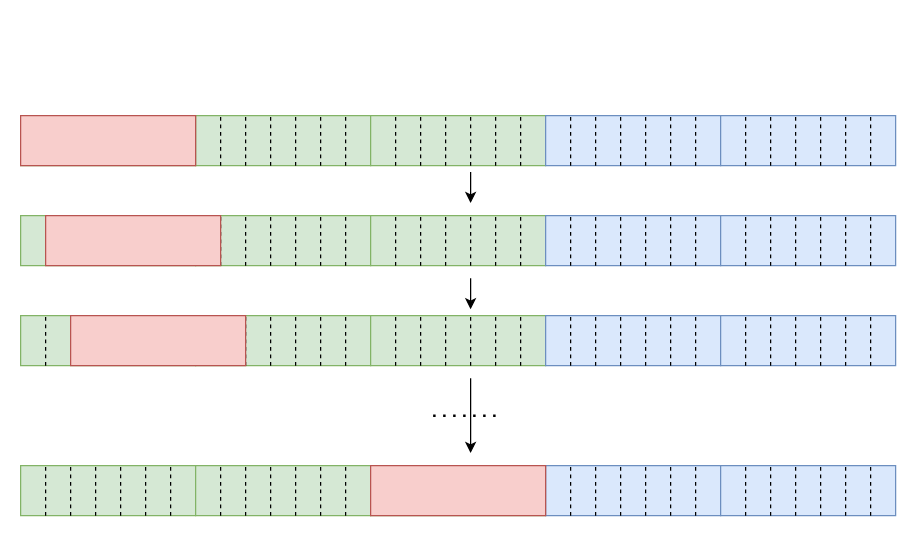
zjtone/RL-Note keeps this draw.io diagram as blockchain-mind.drawio. Above is the earlier version. Source tidied: cells renumbered, new cells numbered last; positions are measured from the earlier drawing's top-left corner, leaving out a move shared by most shapes. Both pictures are drawn from the tidied source at 125%, with x=0, y=0 at pixel (20, 115).
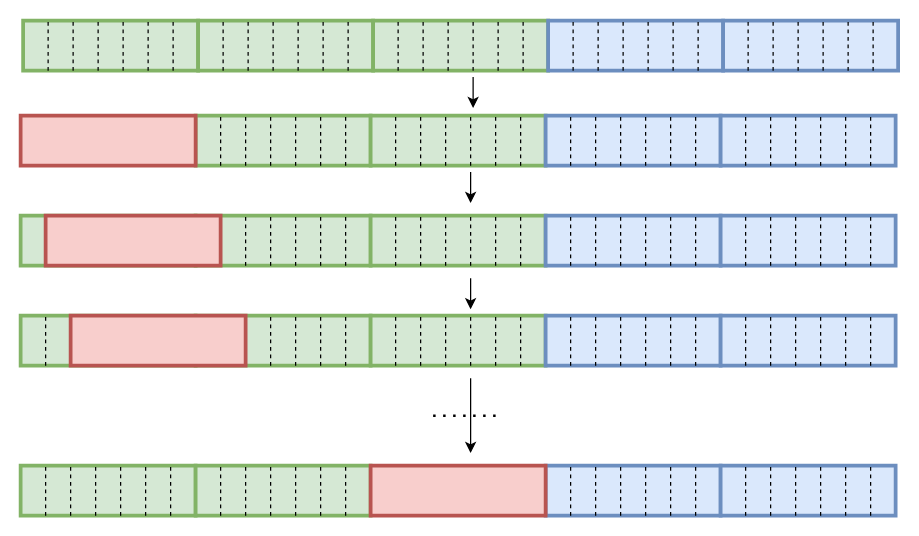
The same diagram, later.

The edit, as a diff of the source:
```diff
@@
-    <mxCell id="3" style="rounded=0;whiteSpace=wrap;html=1;fillColor=#d5e8d4;strokeColor=#82b366;" parent="1" vertex="1">
+    <mxCell id="3" style="rounded=0;whiteSpace=wrap;html=1;fillColor=#d5e8d4;strokeColor=#82b366;strokeWidth=3;" parent="1" vertex="1">
       <mxGeometry x="140" width="140" height="40" as="geometry" />
     </mxCell>
-    <mxCell id="4" style="rounded=0;whiteSpace=wrap;html=1;fillColor=#d5e8d4;strokeColor=#82b366;" parent="1" vertex="1">
+    <mxCell id="4" style="rounded=0;whiteSpace=wrap;html=1;fillColor=#d5e8d4;strokeColor=#82b366;strokeWidth=3;" parent="1" vertex="1">
       <mxGeometry x="280" width="140" height="40" as="geometry" />
     </mxCell>
-    <mxCell id="5" style="rounded=0;whiteSpace=wrap;html=1;fillColor=#dae8fc;strokeColor=#6c8ebf;" parent="1" vertex="1">
+    <mxCell id="5" style="rounded=0;whiteSpace=wrap;html=1;fillColor=#dae8fc;strokeColor=#6c8ebf;strokeWidth=3;" parent="1" vertex="1">
       <mxGeometry x="420" width="140" height="40" as="geometry" />
     </mxCell>
-    <mxCell id="6" style="rounded=0;whiteSpace=wrap;html=1;fillColor=#dae8fc;strokeColor=#6c8ebf;" parent="1" vertex="1">
+    <mxCell id="6" style="rounded=0;whiteSpace=wrap;html=1;fillColor=#dae8fc;strokeColor=#6c8ebf;strokeWidth=3;" parent="1" vertex="1">
       <mxGeometry x="560" width="140" height="40" as="geometry" />
     </mxCell>
@@
-    <mxCell id="37" style="rounded=0;whiteSpace=wrap;html=1;fillColor=#f8cecc;strokeColor=#b85450;" parent="1" vertex="1">
+    <mxCell id="37" style="rounded=0;whiteSpace=wrap;html=1;fillColor=#f8cecc;strokeColor=#b85450;strokeWidth=3;" parent="1" vertex="1">
       <mxGeometry width="140" height="40" as="geometry" />
     </mxCell>
-    <mxCell id="38" style="rounded=0;whiteSpace=wrap;html=1;fillColor=#d5e8d4;strokeColor=#82b366;" parent="1" vertex="1">
+    <mxCell id="38" style="rounded=0;whiteSpace=wrap;html=1;fillColor=#d5e8d4;strokeColor=#82b366;strokeWidth=3;" parent="1" vertex="1">
       <mxGeometry y="80" width="140" height="40" as="geometry" />
     </mxCell>
-    <mxCell id="39" style="rounded=0;whiteSpace=wrap;html=1;fillColor=#d5e8d4;strokeColor=#82b366;" parent="1" vertex="1">
+    <mxCell id="39" style="rounded=0;whiteSpace=wrap;html=1;fillColor=#d5e8d4;strokeColor=#82b366;strokeWidth=3;" parent="1" vertex="1">
       <mxGeometry x="140" y="80" width="140" height="40" as="geometry" />
     </mxCell>
-    <mxCell id="40" style="rounded=0;whiteSpace=wrap;html=1;fillColor=#d5e8d4;strokeColor=#82b366;" parent="1" vertex="1">
+    <mxCell id="40" style="rounded=0;whiteSpace=wrap;html=1;fillColor=#d5e8d4;strokeColor=#82b366;strokeWidth=3;" parent="1" vertex="1">
       <mxGeometry x="280" y="80" width="140" height="40" as="geometry" />
     </mxCell>
-    <mxCell id="41" style="rounded=0;whiteSpace=wrap;html=1;fillColor=#dae8fc;strokeColor=#6c8ebf;" parent="1" vertex="1">
+    <mxCell id="41" style="rounded=0;whiteSpace=wrap;html=1;fillColor=#dae8fc;strokeColor=#6c8ebf;strokeWidth=3;" parent="1" vertex="1">
       <mxGeometry x="420" y="80" width="140" height="40" as="geometry" />
     </mxCell>
-    <mxCell id="42" style="rounded=0;whiteSpace=wrap;html=1;fillColor=#dae8fc;strokeColor=#6c8ebf;" parent="1" vertex="1">
+    <mxCell id="42" style="rounded=0;whiteSpace=wrap;html=1;fillColor=#dae8fc;strokeColor=#6c8ebf;strokeWidth=3;" parent="1" vertex="1">
       <mxGeometry x="560" y="80" width="140" height="40" as="geometry" />
     </mxCell>
@@
-    <mxCell id="73" style="rounded=0;whiteSpace=wrap;html=1;fillColor=#f8cecc;strokeColor=#b85450;" parent="1" vertex="1">
+    <mxCell id="73" style="rounded=0;whiteSpace=wrap;html=1;fillColor=#f8cecc;strokeColor=#b85450;strokeWidth=3;" parent="1" vertex="1">
       <mxGeometry x="20" y="80" width="140" height="40" as="geometry" />
     </mxCell>
-    <mxCell id="74" style="rounded=0;whiteSpace=wrap;html=1;fillColor=#d5e8d4;strokeColor=#82b366;" parent="1" vertex="1">
+    <mxCell id="74" style="rounded=0;whiteSpace=wrap;html=1;fillColor=#d5e8d4;strokeColor=#82b366;strokeWidth=3;" parent="1" vertex="1">
       <mxGeometry y="160" width="140" height="40" as="geometry" />
     </mxCell>
-    <mxCell id="75" style="rounded=0;whiteSpace=wrap;html=1;fillColor=#d5e8d4;strokeColor=#82b366;" parent="1" vertex="1">
+    <mxCell id="75" style="rounded=0;whiteSpace=wrap;html=1;fillColor=#d5e8d4;strokeColor=#82b366;strokeWidth=3;" parent="1" vertex="1">
       <mxGeometry x="140" y="160" width="140" height="40" as="geometry" />
     </mxCell>
-    <mxCell id="76" style="rounded=0;whiteSpace=wrap;html=1;fillColor=#d5e8d4;strokeColor=#82b366;" parent="1" vertex="1">
+    <mxCell id="76" style="rounded=0;whiteSpace=wrap;html=1;fillColor=#d5e8d4;strokeColor=#82b366;strokeWidth=3;" parent="1" vertex="1">
       <mxGeometry x="280" y="160" width="140" height="40" as="geometry" />
     </mxCell>
-    <mxCell id="77" style="rounded=0;whiteSpace=wrap;html=1;fillColor=#dae8fc;strokeColor=#6c8ebf;" parent="1" vertex="1">
+    <mxCell id="77" style="rounded=0;whiteSpace=wrap;html=1;fillColor=#dae8fc;strokeColor=#6c8ebf;strokeWidth=3;" parent="1" vertex="1">
       <mxGeometry x="420" y="160" width="140" height="40" as="geometry" />
     </mxCell>
-    <mxCell id="78" style="rounded=0;whiteSpace=wrap;html=1;fillColor=#dae8fc;strokeColor=#6c8ebf;" parent="1" vertex="1">
+    <mxCell id="78" style="rounded=0;whiteSpace=wrap;html=1;fillColor=#dae8fc;strokeColor=#6c8ebf;strokeWidth=3;" parent="1" vertex="1">
       <mxGeometry x="560" y="160" width="140" height="40" as="geometry" />
     </mxCell>
@@
-    <mxCell id="109" style="rounded=0;whiteSpace=wrap;html=1;fillColor=#f8cecc;strokeColor=#b85450;" parent="1" vertex="1">
+    <mxCell id="109" style="rounded=0;whiteSpace=wrap;html=1;fillColor=#f8cecc;strokeColor=#b85450;strokeWidth=3;" parent="1" vertex="1">
       <mxGeometry x="40" y="160" width="140" height="40" as="geometry" />
     </mxCell>
@@
-    <mxCell id="111" style="rounded=0;whiteSpace=wrap;html=1;fillColor=#d5e8d4;strokeColor=#82b366;" parent="1" vertex="1">
+    <mxCell id="111" style="rounded=0;whiteSpace=wrap;html=1;fillColor=#d5e8d4;strokeColor=#82b366;strokeWidth=3;" parent="1" vertex="1">
       <mxGeometry y="280" width="140" height="40" as="geometry" />
     </mxCell>
-    <mxCell id="112" style="rounded=0;whiteSpace=wrap;html=1;fillColor=#d5e8d4;strokeColor=#82b366;" parent="1" vertex="1">
+    <mxCell id="112" style="rounded=0;whiteSpace=wrap;html=1;fillColor=#d5e8d4;strokeColor=#82b366;strokeWidth=3;" parent="1" vertex="1">
       <mxGeometry x="140" y="280" width="140" height="40" as="geometry" />
     </mxCell>
@@
-    <mxCell id="114" style="rounded=0;whiteSpace=wrap;html=1;fillColor=#dae8fc;strokeColor=#6c8ebf;" parent="1" vertex="1">
+    <mxCell id="114" style="rounded=0;whiteSpace=wrap;html=1;fillColor=#dae8fc;strokeColor=#6c8ebf;strokeWidth=3;" parent="1" vertex="1">
       <mxGeometry x="420" y="280" width="140" height="40" as="geometry" />
     </mxCell>
-    <mxCell id="115" style="rounded=0;whiteSpace=wrap;html=1;fillColor=#dae8fc;strokeColor=#6c8ebf;" parent="1" vertex="1">
+    <mxCell id="115" style="rounded=0;whiteSpace=wrap;html=1;fillColor=#dae8fc;strokeColor=#6c8ebf;strokeWidth=3;" parent="1" vertex="1">
       <mxGeometry x="560" y="280" width="140" height="40" as="geometry" />
     </mxCell>
@@
-    <mxCell id="148" style="rounded=0;whiteSpace=wrap;html=1;fillColor=#f8cecc;strokeColor=#b85450;" parent="1" vertex="1">
+    <mxCell id="148" style="rounded=0;whiteSpace=wrap;html=1;fillColor=#f8cecc;strokeColor=#b85450;strokeWidth=3;" parent="1" vertex="1">
       <mxGeometry x="280" y="280" width="140" height="40" as="geometry" />
     </mxCell>
@@
+    <mxCell id="153" style="rounded=0;whiteSpace=wrap;html=1;fillColor=#d5e8d4;strokeColor=#82b366;strokeWidth=3;" parent="1" vertex="1">
+      <mxGeometry x="2" y="-76" width="140" height="40" as="geometry" />
+    </mxCell>
+    <mxCell id="154" style="rounded=0;whiteSpace=wrap;html=1;fillColor=#d5e8d4;strokeColor=#82b366;strokeWidth=3;" parent="1" vertex="1">
+      <mxGeometry x="142" y="-76" width="140" height="40" as="geometry" />
+    </mxCell>
+    <mxCell id="155" style="rounded=0;whiteSpace=wrap;html=1;fillColor=#d5e8d4;strokeColor=#82b366;strokeWidth=3;" parent="1" vertex="1">
+      <mxGeometry x="282" y="-76" width="140" height="40" as="geometry" />
+    </mxCell>
+    <mxCell id="156" style="rounded=0;whiteSpace=wrap;html=1;fillColor=#dae8fc;strokeColor=#6c8ebf;strokeWidth=3;" parent="1" vertex="1">
+      <mxGeometry x="422" y="-76" width="140" height="40" as="geometry" />
+    </mxCell>
+    <mxCell id="157" style="rounded=0;whiteSpace=wrap;html=1;fillColor=#dae8fc;strokeColor=#6c8ebf;strokeWidth=3;" parent="1" vertex="1">
+      <mxGeometry x="562" y="-76" width="140" height="40" as="geometry" />
+    </mxCell>
+    <mxCell id="158" style="endArrow=none;dashed=1;html=1;" parent="1" edge="1">
+      <mxGeometry relative="1" as="geometry">
+        <mxPoint x="22" y="-36" as="sourcePoint" />
+        <mxPoint x="22" y="-76" as="targetPoint" />
+      </mxGeometry>
+    </mxCell>
+    <mxCell id="159" style="endArrow=none;dashed=1;html=1;" parent="1" edge="1">
+      <mxGeometry relative="1" as="geometry">
+        <mxPoint x="42" y="-36" as="sourcePoint" />
+        <mxPoint x="42" y="-76" as="targetPoint" />
+      </mxGeometry>
+    </mxCell>
+    <mxCell id="160" style="endArrow=none;dashed=1;html=1;" parent="1" edge="1">
+      <mxGeometry relative="1" as="geometry">
+        <mxPoint x="62" y="-36" as="sourcePoint" />
+        <mxPoint x="62" y="-76" as="targetPoint" />
+      </mxGeometry>
+    </mxCell>
+    <mxCell id="161" style="endArrow=none;dashed=1;html=1;" parent="1" edge="1">
+      <mxGeometry relative="1" as="geometry">
+        <mxPoint x="82" y="-36" as="sourcePoint" />
+        <mxPoint x="82" y="-76" as="targetPoint" />
+      </mxGeometry>
+    </mxCell>
+    <mxCell id="162" style="endArrow=none;dashed=1;html=1;" parent="1" edge="1">
+      <mxGeometry relative="1" as="geometry">
+        <mxPoint x="102" y="-36" as="sourcePoint" />
+        <mxPoint x="102" y="-76" as="targetPoint" />
+      </mxGeometry>
+    </mxCell>
+    <mxCell id="163" style="endArrow=none;dashed=1;html=1;" parent="1" edge="1">
+      <mxGeometry relative="1" as="geometry">
+        <mxPoint x="122" y="-36" as="sourcePoint" />
+        <mxPoint x="122" y="-76" as="targetPoint" />
+      </mxGeometry>
+    </mxCell>
+    <mxCell id="164" style="endArrow=none;dashed=1;html=1;" parent="1" edge="1">
+      <mxGeometry relative="1" as="geometry">
+        <mxPoint x="162" y="-36" as="sourcePoint" />
+        <mxPoint x="162" y="-76" as="targetPoint" />
+      </mxGeometry>
+    </mxCell>
+    <mxCell id="165" style="endArrow=none;dashed=1;html=1;" parent="1" edge="1">
+      <mxGeometry relative="1" as="geometry">
+        <mxPoint x="182" y="-36" as="sourcePoint" />
+        <mxPoint x="182" y="-76" as="targetPoint" />
+      </mxGeometry>
+    </mxCell>
+    <mxCell id="166" style="endArrow=none;dashed=1;html=1;" parent="1" edge="1">
+      <mxGeometry relative="1" as="geometry">
+        <mxPoint x="202" y="-36" as="sourcePoint" />
+        <mxPoint x="202" y="-76" as="targetPoint" />
+      </mxGeometry>
+    </mxCell>
+    <mxCell id="167" style="endArrow=none;dashed=1;html=1;" parent="1" edge="1">
+      <mxGeometry relative="1" as="geometry">
+        <mxPoint x="222" y="-36" as="sourcePoint" />
+        <mxPoint x="222" y="-76" as="targetPoint" />
+      </mxGeometry>
+    </mxCell>
+    <mxCell id="168" style="endArrow=none;dashed=1;html=1;" parent="1" edge="1">
+      <mxGeometry relative="1" as="geometry">
+        <mxPoint x="242" y="-36" as="sourcePoint" />
+        <mxPoint x="242" y="-76" as="targetPoint" />
+      </mxGeometry>
+    </mxCell>
+    <mxCell id="169" style="endArrow=none;dashed=1;html=1;" parent="1" edge="1">
+      <mxGeometry relative="1" as="geometry">
+        <mxPoint x="262" y="-36" as="sourcePoint" />
+        <mxPoint x="262" y="-76" as="targetPoint" />
+      </mxGeometry>
+    </mxCell>
+    <mxCell id="170" style="endArrow=none;dashed=1;html=1;" parent="1" edge="1">
+      <mxGeometry relative="1" as="geometry">
+        <mxPoint x="302" y="-36" as="sourcePoint" />
+        <mxPoint x="302" y="-76" as="targetPoint" />
+      </mxGeometry>
+    </mxCell>
+    <mxCell id="171" style="endArrow=none;dashed=1;html=1;" parent="1" edge="1">
+      <mxGeometry relative="1" as="geometry">
+        <mxPoint x="322" y="-36" as="sourcePoint" />
+        <mxPoint x="322" y="-76" as="targetPoint" />
+      </mxGeometry>
+    </mxCell>
+    <mxCell id="172" style="endArrow=none;dashed=1;html=1;" parent="1" edge="1">
+      <mxGeometry relative="1" as="geometry">
+        <mxPoint x="342" y="-36" as="sourcePoint" />
+        <mxPoint x="342" y="-76" as="targetPoint" />
+      </mxGeometry>
+    </mxCell>
+    <mxCell id="173" style="endArrow=none;dashed=1;html=1;" parent="1" edge="1">
+      <mxGeometry relative="1" as="geometry">
+        <mxPoint x="362" y="-36" as="sourcePoint" />
+        <mxPoint x="362" y="-76" as="targetPoint" />
+      </mxGeometry>
+    </mxCell>
+    <mxCell id="174" style="endArrow=none;dashed=1;html=1;" parent="1" edge="1">
+      <mxGeometry relative="1" as="geometry">
+        <mxPoint x="382" y="-36" as="sourcePoint" />
+        <mxPoint x="382" y="-76" as="targetPoint" />
+      </mxGeometry>
+    </mxCell>
+    <mxCell id="175" style="endArrow=none;dashed=1;html=1;" parent="1" edge="1">
+      <mxGeometry relative="1" as="geometry">
+        <mxPoint x="402" y="-36" as="sourcePoint" />
+        <mxPoint x="402" y="-76" as="targetPoint" />
+      </mxGeometry>
+    </mxCell>
+    <mxCell id="176" style="endArrow=none;dashed=1;html=1;" parent="1" edge="1">
+      <mxGeometry relative="1" as="geometry">
+        <mxPoint x="442" y="-36" as="sourcePoint" />
+        <mxPoint x="442" y="-76" as="targetPoint" />
+      </mxGeometry>
+    </mxCell>
+    <mxCell id="177" style="endArrow=none;dashed=1;html=1;" parent="1" edge="1">
+      <mxGeometry relative="1" as="geometry">
+        <mxPoint x="462" y="-36" as="sourcePoint" />
+        <mxPoint x="462" y="-76" as="targetPoint" />
+      </mxGeometry>
+    </mxCell>
+    <mxCell id="178" style="endArrow=none;dashed=1;html=1;" parent="1" edge="1">
+      <mxGeometry relative="1" as="geometry">
+        <mxPoint x="482" y="-36" as="sourcePoint" />
+        <mxPoint x="482" y="-76" as="targetPoint" />
+      </mxGeometry>
+    </mxCell>
+    <mxCell id="179" style="endArrow=none;dashed=1;html=1;" parent="1" edge="1">
+      <mxGeometry relative="1" as="geometry">
+        <mxPoint x="502" y="-36" as="sourcePoint" />
+        <mxPoint x="502" y="-76" as="targetPoint" />
+      </mxGeometry>
+    </mxCell>
+    <mxCell id="180" style="endArrow=none;dashed=1;html=1;" parent="1" edge="1">
+      <mxGeometry relative="1" as="geometry">
+        <mxPoint x="522" y="-36" as="sourcePoint" />
+        <mxPoint x="522" y="-76" as="targetPoint" />
+      </mxGeometry>
+    </mxCell>
+    <mxCell id="181" style="endArrow=none;dashed=1;html=1;" parent="1" edge="1">
+      <mxGeometry relative="1" as="geometry">
+        <mxPoint x="542" y="-36" as="sourcePoint" />
+        <mxPoint x="542" y="-76" as="targetPoint" />
+      </mxGeometry>
+    </mxCell>
+    <mxCell id="182" style="endArrow=none;dashed=1;html=1;" parent="1" edge="1">
+      <mxGeometry relative="1" as="geometry">
+        <mxPoint x="582" y="-36" as="sourcePoint" />
+        <mxPoint x="582" y="-76" as="targetPoint" />
+      </mxGeometry>
+    </mxCell>
+    <mxCell id="183" style="endArrow=none;dashed=1;html=1;" parent="1" edge="1">
+      <mxGeometry relative="1" as="geometry">
+        <mxPoint x="602" y="-36" as="sourcePoint" />
+        <mxPoint x="602" y="-76" as="targetPoint" />
+      </mxGeometry>
+    </mxCell>
+    <mxCell id="184" style="endArrow=none;dashed=1;html=1;" parent="1" edge="1">
+      <mxGeometry relative="1" as="geometry">
+        <mxPoint x="622" y="-36" as="sourcePoint" />
+        <mxPoint x="622" y="-76" as="targetPoint" />
+      </mxGeometry>
+    </mxCell>
+    <mxCell id="185" style="endArrow=none;dashed=1;html=1;" parent="1" edge="1">
+      <mxGeometry relative="1" as="geometry">
+        <mxPoint x="642" y="-36" as="sourcePoint" />
+        <mxPoint x="642" y="-76" as="targetPoint" />
+      </mxGeometry>
+    </mxCell>
+    <mxCell id="186" style="endArrow=none;dashed=1;html=1;" parent="1" edge="1">
+      <mxGeometry relative="1" as="geometry">
+        <mxPoint x="662" y="-36" as="sourcePoint" />
+        <mxPoint x="662" y="-76" as="targetPoint" />
+      </mxGeometry>
+    </mxCell>
+    <mxCell id="187" style="endArrow=none;dashed=1;html=1;" parent="1" edge="1">
+      <mxGeometry relative="1" as="geometry">
+        <mxPoint x="682" y="-36" as="sourcePoint" />
+        <mxPoint x="682" y="-76" as="targetPoint" />
+      </mxGeometry>
+    </mxCell>
+    <mxCell id="188" style="endArrow=classic;html=1;" parent="1" edge="1">
+      <mxGeometry relative="1" as="geometry">
+        <mxPoint x="362" y="-31" as="sourcePoint" />
+        <mxPoint x="362" y="-6" as="targetPoint" />
+      </mxGeometry>
+    </mxCell>
```
